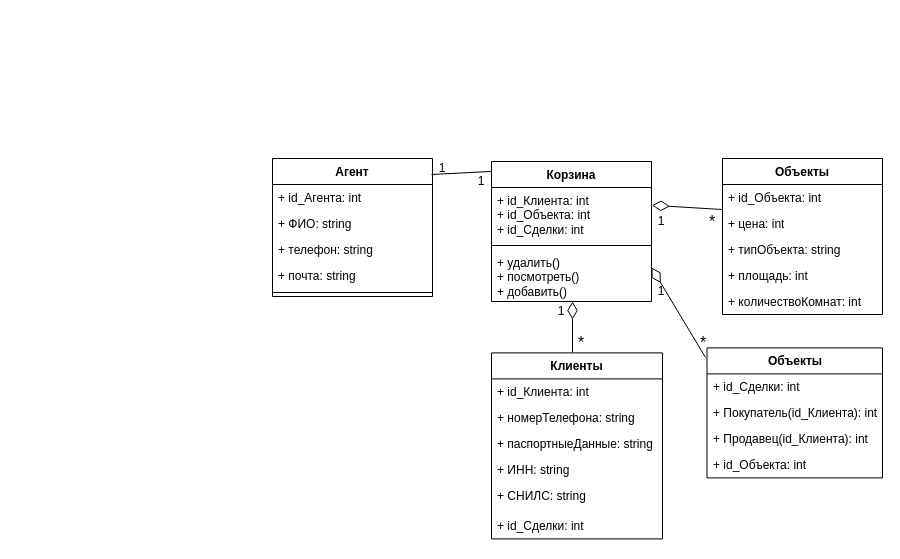
niksli-tl/KyrsvProject keeps this draw.io diagram as page "классов" (6 of 7) of КП.drawio. Above is the earlier version. Source tidied: cells renumbered, new cells numbered last; positions are measured from the earlier drawing's top-left corner, leaving out a move shared by most shapes. Both pictures are drawn from the tidied source at 100%, with x=0, y=0 at pixel (272, 158).
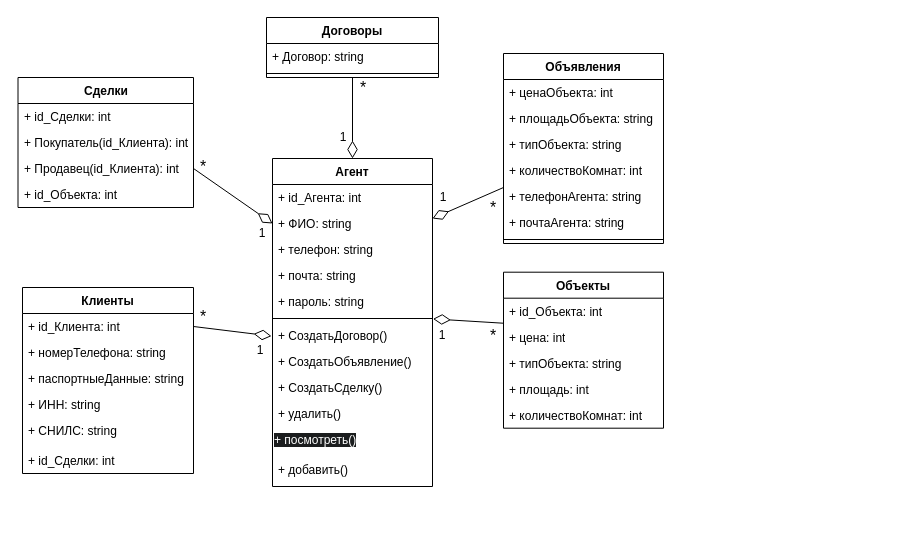
The same page after the edit.

The change refers to these unchanged cells:
```xml
<mxCell id="4" value="+ ФИО: string" style="text;strokeColor=none;fillColor=none;align=left;verticalAlign=top;spacingLeft=4;spacingRight=4;overflow=hidden;points=[[0,0.5],[1,0.5]];portConstraint=eastwest;whiteSpace=wrap;html=1;" parent="2" vertex="1">
  <mxGeometry y="52" width="160" height="26" as="geometry" />
</mxCell>
<mxCell id="15" value="+ id_Клиента: int" style="text;strokeColor=none;fillColor=none;align=left;verticalAlign=top;spacingLeft=4;spacingRight=4;overflow=hidden;points=[[0,0.5],[1,0.5]];portConstraint=eastwest;whiteSpace=wrap;html=1;" parent="14" vertex="1">
  <mxGeometry y="26" width="171" height="26" as="geometry" />
</mxCell>
<mxCell id="27" value="+ id_Объекта: int" style="text;strokeColor=none;fillColor=none;align=left;verticalAlign=top;spacingLeft=4;spacingRight=4;overflow=hidden;points=[[0,0.5],[1,0.5]];portConstraint=eastwest;whiteSpace=wrap;html=1;" parent="26" vertex="1">
  <mxGeometry y="26" width="160" height="26" as="geometry" />
</mxCell>
<mxCell id="37" value="+ Продавец(id_Клиента): int" style="text;strokeColor=none;fillColor=none;align=left;verticalAlign=top;spacingLeft=4;spacingRight=4;overflow=hidden;points=[[0,0.5],[1,0.5]];portConstraint=eastwest;whiteSpace=wrap;html=1;" parent="34" vertex="1">
  <mxGeometry y="78" width="175.5" height="26" as="geometry" />
</mxCell>
```

The edit, as a diff of the source:
```diff
@@
     <mxCell id="2" value="Агент" style="swimlane;fontStyle=1;align=center;verticalAlign=top;horizontal=1;startSize=26;whiteSpace=wrap;html=1;" parent="1" vertex="1">
-      <mxGeometry width="160" height="138" as="geometry" />
+      <mxGeometry width="160" height="328" as="geometry" />
     </mxCell>
@@
+    <mxCell id="42" value="+ пароль: string" style="text;strokeColor=none;fillColor=none;align=left;verticalAlign=top;spacingLeft=4;spacingRight=4;overflow=hidden;whiteSpace=wrap;html=1;" parent="2" vertex="1">
+      <mxGeometry y="130" width="160" height="26" as="geometry" />
+    </mxCell>
     <mxCell id="7" style="line;strokeWidth=1;fillColor=none;align=left;verticalAlign=middle;spacingTop=-1;spacingLeft=3;spacingRight=3;labelPosition=right;strokeColor=inherit;" parent="2" vertex="1">
-      <mxGeometry y="130" width="160" height="8" as="geometry" />
+      <mxGeometry y="156" width="160" height="8" as="geometry" />
     </mxCell>
-    <mxCell id="8" style="rounded=0;jettySize=auto;html=1;exitX=-0.003;exitY=0.071;exitDx=0;exitDy=0;endArrow=none;endFill=0;exitPerimeter=0;entryX=0.994;entryY=0.116;entryDx=0;entryDy=0;entryPerimeter=0;" parent="1" edge="1" source="9" target="2">
-      <mxGeometry relative="1" as="geometry" />
-    </mxCell>
-    <mxCell id="9" value="Корзина" style="swimlane;fontStyle=1;align=center;verticalAlign=top;horizontal=1;startSize=26;whiteSpace=wrap;html=1;" parent="1" vertex="1">
-      <mxGeometry x="219" y="3" width="160" height="140" as="geometry" />
-    </mxCell>
-    <mxCell id="10" value="+ id_Клиента: int&lt;br&gt;+ id_Объекта: int&lt;br&gt;+ id_Сделки: int" style="text;strokeColor=none;fillColor=none;align=left;verticalAlign=top;spacingLeft=4;spacingRight=4;overflow=hidden;points=[[0,0.5],[1,0.5]];portConstraint=eastwest;whiteSpace=wrap;html=1;" parent="9" vertex="1">
-      <mxGeometry y="26" width="160" height="54" as="geometry" />
-    </mxCell>
-    <mxCell id="11" style="line;strokeWidth=1;fillColor=none;align=left;verticalAlign=middle;spacingTop=-1;spacingLeft=3;spacingRight=3;labelPosition=right;strokeColor=inherit;" parent="9" vertex="1">
-      <mxGeometry y="80" width="160" height="8" as="geometry" />
-    </mxCell>
-    <mxCell id="12" value="&lt;div&gt;+ удалить()&lt;/div&gt;&lt;div&gt;+ посмотреть()&lt;br&gt;+ добавить()&lt;/div&gt;" style="text;strokeColor=none;fillColor=none;align=left;verticalAlign=top;spacingLeft=4;spacingRight=4;overflow=hidden;whiteSpace=wrap;html=1;" parent="9" vertex="1">
-      <mxGeometry y="88" width="160" height="52" as="geometry" />
-    </mxCell>
+    <mxCell id="43" value="+ СоздатьДоговор()" style="text;strokeColor=none;fillColor=none;align=left;verticalAlign=top;spacingLeft=4;spacingRight=4;overflow=hidden;whiteSpace=wrap;html=1;" parent="2" vertex="1">
+      <mxGeometry y="164" width="160" height="26" as="geometry" />
+    </mxCell>
+    <mxCell id="44" value="+ СоздатьОбъявление()" style="text;strokeColor=none;fillColor=none;align=left;verticalAlign=top;spacingLeft=4;spacingRight=4;overflow=hidden;whiteSpace=wrap;html=1;" parent="2" vertex="1">
+      <mxGeometry y="190" width="160" height="26" as="geometry" />
+    </mxCell>
+    <mxCell id="45" value="+ СоздатьСделку()" style="text;strokeColor=none;fillColor=none;align=left;verticalAlign=top;spacingLeft=4;spacingRight=4;overflow=hidden;whiteSpace=wrap;html=1;" parent="2" vertex="1">
+      <mxGeometry y="216" width="160" height="26" as="geometry" />
+    </mxCell>
+    <mxCell id="46" value="&lt;div&gt;+ удалить()&lt;/div&gt;&lt;div&gt;&lt;br&gt;&lt;/div&gt;" style="text;strokeColor=none;fillColor=none;align=left;verticalAlign=top;spacingLeft=4;spacingRight=4;overflow=hidden;whiteSpace=wrap;html=1;" parent="2" vertex="1">
+      <mxGeometry y="242" width="160" height="26" as="geometry" />
+    </mxCell>
+    <mxCell id="47" value="&lt;div style=&quot;forced-color-adjust: none; box-shadow: none !important; color: rgb(255, 255, 255); font-family: Helvetica; font-size: 12px; font-style: normal; font-variant-ligatures: normal; font-variant-caps: normal; font-weight: 400; letter-spacing: normal; orphans: 2; text-align: left; text-indent: 0px; text-transform: none; widows: 2; word-spacing: 0px; -webkit-text-stroke-width: 0px; white-space: normal; background-color: rgb(27, 29, 30); text-decoration-thickness: initial; text-decoration-style: initial; text-decoration-color: initial;&quot;&gt;+ посмотреть()&lt;/div&gt;" style="text;whiteSpace=wrap;html=1;" parent="2" vertex="1">
+      <mxGeometry y="268" width="160" height="30" as="geometry" />
+    </mxCell>
+    <mxCell id="48" value="&lt;div&gt;&lt;span style=&quot;background-color: transparent; color: light-dark(rgb(0, 0, 0), rgb(255, 255, 255));&quot;&gt;+ добавить()&lt;/span&gt;&lt;/div&gt;" style="text;strokeColor=none;fillColor=none;align=left;verticalAlign=top;spacingLeft=4;spacingRight=4;overflow=hidden;whiteSpace=wrap;html=1;" parent="2" vertex="1">
+      <mxGeometry y="298" width="160" height="30" as="geometry" />
+    </mxCell>
-    <mxCell id="13" style="rounded=0;orthogonalLoop=1;jettySize=auto;html=1;endArrow=diamondThin;endFill=0;endSize=15;" parent="1" edge="1">
+    <mxCell id="13" style="rounded=0;jettySize=auto;html=1;endArrow=diamondThin;endFill=0;endSize=15;entryX=0;entryY=0.5;entryDx=0;entryDy=0;exitX=1;exitY=0.5;exitDx=0;exitDy=0;" parent="1" edge="1" source="15">
       <mxGeometry relative="1" as="geometry">
-        <mxPoint x="300" y="193.9" as="sourcePoint" />
-        <mxPoint x="300" y="143" as="targetPoint" />
+        <mxPoint x="-1" y="177.6" as="targetPoint" />
       </mxGeometry>
     </mxCell>
     <mxCell id="14" value="Клиенты" style="swimlane;fontStyle=1;align=center;verticalAlign=top;horizontal=1;startSize=26;whiteSpace=wrap;html=1;" parent="1" vertex="1">
-      <mxGeometry x="219" y="194.4" width="171" height="186" as="geometry" />
+      <mxGeometry x="-250" y="129" width="171" height="186" as="geometry" />
     </mxCell>
@@
-    <mxCell id="21" value="1" style="text;html=1;whiteSpace=wrap;strokeColor=none;fillColor=none;align=center;verticalAlign=middle;rounded=0;" parent="1" vertex="1">
-      <mxGeometry x="199" y="13" width="20" height="20" as="geometry" />
-    </mxCell>
-    <mxCell id="22" value="1" style="text;html=1;whiteSpace=wrap;strokeColor=none;fillColor=none;align=center;verticalAlign=middle;rounded=0;" parent="1" vertex="1">
-      <mxGeometry x="160" width="20" height="20" as="geometry" />
-    </mxCell>
     <mxCell id="23" value="&lt;font&gt;*&lt;/font&gt;" style="text;html=1;whiteSpace=wrap;strokeColor=none;fillColor=none;align=center;verticalAlign=middle;rounded=0;fontSize=16;" parent="1" vertex="1">
-      <mxGeometry x="299" y="174.4" width="20" height="20" as="geometry" />
+      <mxGeometry x="-79" y="147.6" width="20" height="20" as="geometry" />
     </mxCell>
     <mxCell id="24" value="1" style="text;html=1;whiteSpace=wrap;strokeColor=none;fillColor=none;align=center;verticalAlign=middle;rounded=0;" parent="1" vertex="1">
-      <mxGeometry x="279" y="143" width="20" height="20" as="geometry" />
+      <mxGeometry x="-22" y="181.6" width="20" height="20" as="geometry" />
     </mxCell>
-    <mxCell id="25" style="rounded=0;jettySize=auto;html=1;exitX=-0.003;exitY=0.961;exitDx=0;exitDy=0;endArrow=diamondThin;endFill=0;endSize=15;entryX=1.003;entryY=0.329;entryDx=0;entryDy=0;exitPerimeter=0;entryPerimeter=0;" parent="1" edge="1" source="27" target="10">
-      <mxGeometry relative="1" as="geometry" />
+    <mxCell id="25" style="rounded=0;jettySize=auto;html=1;exitX=-0.003;exitY=0.961;exitDx=0;exitDy=0;endArrow=diamondThin;endFill=0;endSize=15;entryX=1.003;entryY=0.329;entryDx=0;entryDy=0;exitPerimeter=0;entryPerimeter=0;" parent="1" edge="1" source="27">
+      <mxGeometry relative="1" as="geometry">
+        <mxPoint x="160.5" y="160.4" as="targetPoint" />
+      </mxGeometry>
     </mxCell>
     <mxCell id="26" value="Объекты" style="swimlane;fontStyle=1;align=center;verticalAlign=top;horizontal=1;startSize=26;whiteSpace=wrap;html=1;" parent="1" vertex="1">
-      <mxGeometry x="450" width="160" height="156" as="geometry" />
+      <mxGeometry x="231" y="113.7" width="160" height="156" as="geometry" />
     </mxCell>
@@
     <mxCell id="32" value="&lt;font&gt;*&lt;/font&gt;" style="text;html=1;whiteSpace=wrap;strokeColor=none;fillColor=none;align=center;verticalAlign=middle;rounded=0;fontSize=16;" parent="1" vertex="1">
-      <mxGeometry x="430" y="53" width="20" height="20" as="geometry" />
+      <mxGeometry x="211" y="166.7" width="20" height="20" as="geometry" />
     </mxCell>
     <mxCell id="33" value="1" style="text;html=1;whiteSpace=wrap;strokeColor=none;fillColor=none;align=center;verticalAlign=middle;rounded=0;" parent="1" vertex="1">
-      <mxGeometry x="379" y="53" width="20" height="20" as="geometry" />
+      <mxGeometry x="160" y="166.7" width="20" height="20" as="geometry" />
     </mxCell>
-    <mxCell id="34" value="Объекты" style="swimlane;fontStyle=1;align=center;verticalAlign=top;horizontal=1;startSize=26;whiteSpace=wrap;html=1;" parent="1" vertex="1">
-      <mxGeometry x="434.5" y="189.4" width="175.5" height="130" as="geometry" />
+    <mxCell id="34" value="Сделки" style="swimlane;fontStyle=1;align=center;verticalAlign=top;horizontal=1;startSize=26;whiteSpace=wrap;html=1;" parent="1" vertex="1">
+      <mxGeometry x="-254.5" y="-81" width="175.5" height="130" as="geometry" />
     </mxCell>
@@
-    <mxCell id="39" style="rounded=0;orthogonalLoop=1;jettySize=auto;html=1;endArrow=diamondThin;endFill=0;endSize=15;entryX=1;entryY=0.5;entryDx=0;entryDy=0;" parent="1" edge="1">
-      <mxGeometry relative="1" as="geometry">
-        <mxPoint x="433" y="199" as="sourcePoint" />
-        <mxPoint x="379" y="109" as="targetPoint" />
-      </mxGeometry>
+    <mxCell id="39" style="rounded=0;jettySize=auto;html=1;endArrow=diamondThin;endFill=0;endSize=15;entryX=0;entryY=0.5;entryDx=0;entryDy=0;exitX=1;exitY=0.5;exitDx=0;exitDy=0;" parent="1" edge="1" source="37" target="4">
+      <mxGeometry relative="1" as="geometry" />
     </mxCell>
     <mxCell id="40" value="&lt;font&gt;*&lt;/font&gt;" style="text;html=1;whiteSpace=wrap;strokeColor=none;fillColor=none;align=center;verticalAlign=middle;rounded=0;fontSize=16;" parent="1" vertex="1">
-      <mxGeometry x="421" y="174.4" width="20" height="20" as="geometry" />
+      <mxGeometry x="-79" y="-2" width="20" height="20" as="geometry" />
     </mxCell>
     <mxCell id="41" value="1" style="text;html=1;whiteSpace=wrap;strokeColor=none;fillColor=none;align=center;verticalAlign=middle;rounded=0;" parent="1" vertex="1">
-      <mxGeometry x="379" y="123" width="20" height="20" as="geometry" />
+      <mxGeometry x="-20" y="65" width="20" height="20" as="geometry" />
     </mxCell>
+    <mxCell id="49" value="Объявления" style="swimlane;fontStyle=1;align=center;verticalAlign=top;horizontal=1;startSize=26;whiteSpace=wrap;html=1;" parent="1" vertex="1">
+      <mxGeometry x="231" y="-105" width="160" height="190" as="geometry" />
+    </mxCell>
+    <mxCell id="50" value="+ ценаОбъекта: int" style="text;strokeColor=none;fillColor=none;align=left;verticalAlign=top;spacingLeft=4;spacingRight=4;overflow=hidden;whiteSpace=wrap;html=1;" parent="49" vertex="1">
+      <mxGeometry y="26" width="160" height="26" as="geometry" />
+    </mxCell>
+    <mxCell id="51" value="+ площадьОбъекта: string" style="text;strokeColor=none;fillColor=none;align=left;verticalAlign=top;spacingLeft=4;spacingRight=4;overflow=hidden;whiteSpace=wrap;html=1;" parent="49" vertex="1">
+      <mxGeometry y="52" width="160" height="26" as="geometry" />
+    </mxCell>
+    <mxCell id="52" value="+ типОбъекта: string" style="text;strokeColor=none;fillColor=none;align=left;verticalAlign=top;spacingLeft=4;spacingRight=4;overflow=hidden;whiteSpace=wrap;html=1;" parent="49" vertex="1">
+      <mxGeometry y="78" width="160" height="26" as="geometry" />
+    </mxCell>
+    <mxCell id="53" value="+ количествоКомнат: int" style="text;strokeColor=none;fillColor=none;align=left;verticalAlign=top;spacingLeft=4;spacingRight=4;overflow=hidden;whiteSpace=wrap;html=1;" parent="49" vertex="1">
+      <mxGeometry y="104" width="160" height="26" as="geometry" />
+    </mxCell>
+    <mxCell id="54" value="+ телефонАгента: string" style="text;strokeColor=none;fillColor=none;align=left;verticalAlign=top;spacingLeft=4;spacingRight=4;overflow=hidden;whiteSpace=wrap;html=1;" parent="49" vertex="1">
+      <mxGeometry y="130" width="160" height="26" as="geometry" />
+    </mxCell>
+    <mxCell id="55" value="+ почтаАгента: string" style="text;strokeColor=none;fillColor=none;align=left;verticalAlign=top;spacingLeft=4;spacingRight=4;overflow=hidden;whiteSpace=wrap;html=1;" parent="49" vertex="1">
+      <mxGeometry y="156" width="160" height="26" as="geometry" />
+    </mxCell>
+    <mxCell id="56" style="line;strokeWidth=1;fillColor=none;align=left;verticalAlign=middle;spacingTop=-1;spacingLeft=3;spacingRight=3;labelPosition=right;strokeColor=inherit;" parent="49" vertex="1">
+      <mxGeometry y="182" width="160" height="8" as="geometry" />
+    </mxCell>
+    <mxCell id="57" value="Договоры" style="swimlane;fontStyle=1;align=center;verticalAlign=top;horizontal=1;startSize=26;whiteSpace=wrap;html=1;" parent="1" vertex="1">
+      <mxGeometry x="-6" y="-141" width="172" height="60" as="geometry" />
+    </mxCell>
+    <mxCell id="58" value="+ Договор: string" style="text;strokeColor=none;fillColor=none;align=left;verticalAlign=top;spacingLeft=4;spacingRight=4;overflow=hidden;whiteSpace=wrap;html=1;" parent="57" vertex="1">
+      <mxGeometry y="26" width="172" height="26" as="geometry" />
+    </mxCell>
+    <mxCell id="59" style="line;strokeWidth=1;fillColor=none;align=left;verticalAlign=middle;spacingTop=-1;spacingLeft=3;spacingRight=3;labelPosition=right;strokeColor=inherit;" parent="57" vertex="1">
+      <mxGeometry y="52" width="172" height="8" as="geometry" />
+    </mxCell>
+    <mxCell id="60" style="rounded=0;jettySize=auto;html=1;exitX=0.5;exitY=1;exitDx=0;exitDy=0;endArrow=diamondThin;endFill=0;endSize=15;entryX=0.5;entryY=0;entryDx=0;entryDy=0;" parent="1" edge="1" source="57" target="2">
+      <mxGeometry relative="1" as="geometry" />
+    </mxCell>
+    <mxCell id="61" value="1" style="text;html=1;whiteSpace=wrap;strokeColor=none;fillColor=none;align=center;verticalAlign=middle;rounded=0;" parent="1" vertex="1">
+      <mxGeometry x="61" y="-31" width="20" height="20" as="geometry" />
+    </mxCell>
+    <mxCell id="62" value="&lt;font&gt;*&lt;/font&gt;" style="text;html=1;whiteSpace=wrap;strokeColor=none;fillColor=none;align=center;verticalAlign=middle;rounded=0;fontSize=16;" parent="1" vertex="1">
+      <mxGeometry x="81" y="-81" width="20" height="20" as="geometry" />
+    </mxCell>
+    <mxCell id="63" value="&lt;font&gt;*&lt;/font&gt;" style="text;html=1;whiteSpace=wrap;strokeColor=none;fillColor=none;align=center;verticalAlign=middle;rounded=0;fontSize=16;" parent="1" vertex="1">
+      <mxGeometry x="211" y="39" width="20" height="20" as="geometry" />
+    </mxCell>
+    <mxCell id="64" style="rounded=0;orthogonalLoop=1;jettySize=auto;html=1;endArrow=diamondThin;endFill=0;endSize=15;entryX=0.75;entryY=0;entryDx=0;entryDy=0;" parent="1" edge="1">
+      <mxGeometry relative="1" as="geometry">
+        <mxPoint x="231" y="29" as="sourcePoint" />
+        <mxPoint x="160" y="60" as="targetPoint" />
+      </mxGeometry>
+    </mxCell>
+    <mxCell id="65" value="1" style="text;html=1;whiteSpace=wrap;strokeColor=none;fillColor=none;align=center;verticalAlign=middle;rounded=0;" parent="1" vertex="1">
+      <mxGeometry x="161" y="29" width="20" height="20" as="geometry" />
+    </mxCell>
```
